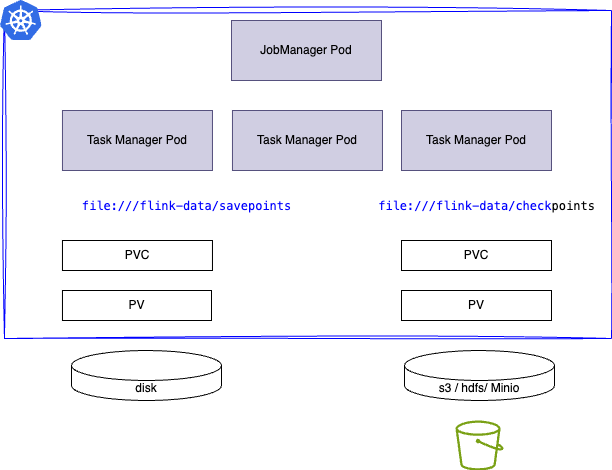
Above: docs/coding/diagrams/storage.drawio.png in jbcodeforce/flink-studies (draw.io), before the change. Source tidied: cells renumbered, new cells last; positions are measured from the earlier drawing's top-left corner, leaving out a move shared by most shapes.
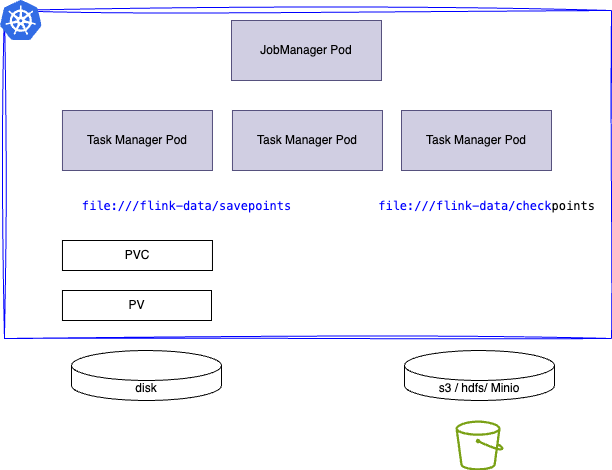
After the commit.

What changed in the source:
```diff
@@ -23,12 +23,6 @@
     <mxCell id="8" value="PV" style="rounded=0;whiteSpace=wrap;html=1;" parent="1" vertex="1">
       <mxGeometry x="62" y="290" width="149" height="30" as="geometry" />
     </mxCell>
-    <mxCell id="9" value="PVC" style="rounded=0;whiteSpace=wrap;html=1;" parent="1" vertex="1">
-      <mxGeometry x="401" y="240" width="150" height="30" as="geometry" />
-    </mxCell>
-    <mxCell id="10" value="PV" style="rounded=0;whiteSpace=wrap;html=1;" parent="1" vertex="1">
-      <mxGeometry x="401" y="290" width="150" height="30" as="geometry" />
-    </mxCell>
     <mxCell id="11" value="&lt;meta charset=&quot;utf-8&quot;&gt;&lt;div style=&quot;color: #000000;background-color: #ffffff;font-family: Menlo, Monaco, 'Courier New', monospace;font-weight: normal;font-size: 12px;line-height: 18px;white-space: pre;&quot;&gt;&lt;div&gt;&lt;span style=&quot;color: #0000ff;&quot;&gt;file:///flink-data/savepoints&lt;/span&gt;&lt;/div&gt;&lt;/div&gt;" style="text;html=1;align=center;verticalAlign=middle;strokeColor=none;fillColor=none;" parent="1" vertex="1">
       <mxGeometry x="71" y="190" width="230" height="30" as="geometry" />
     </mxCell>
```
